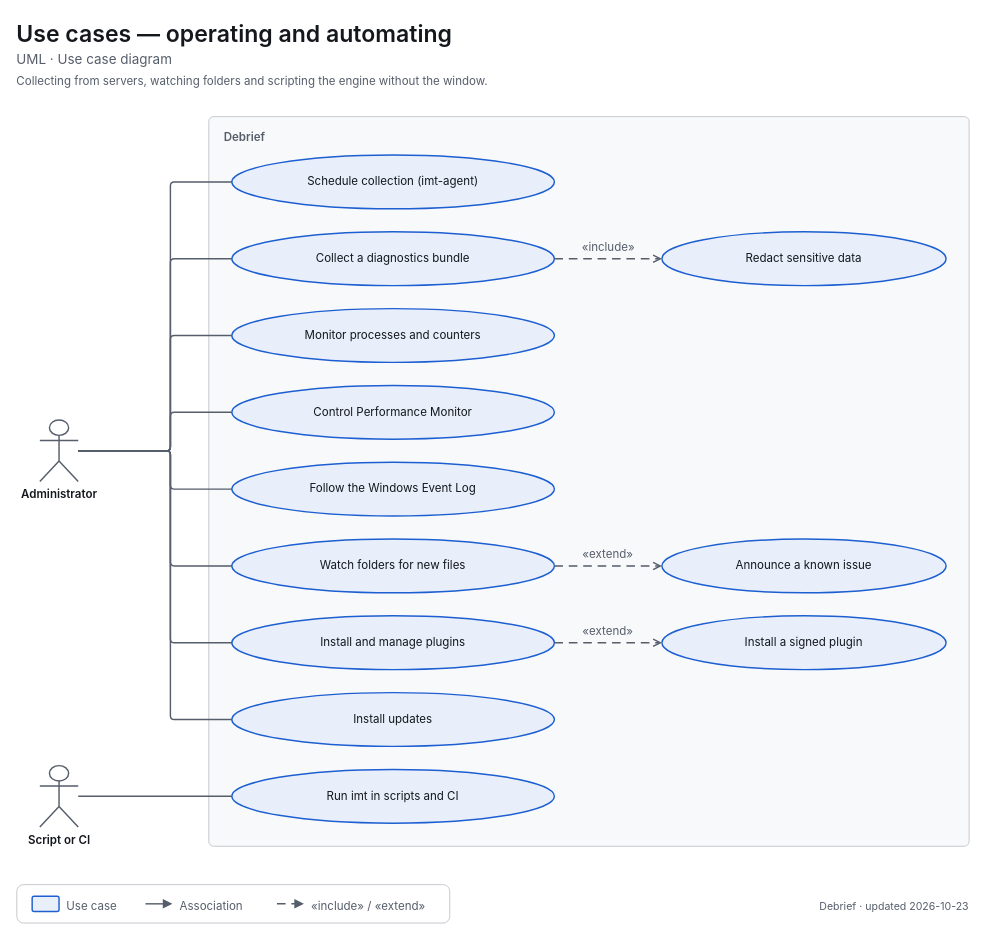
decryp7/integrated_maintenance_tool keeps this draw.io diagram as docs/diagrams/uml-use-cases-operate.drawio. Above is the earlier version. Source tidied: cells renumbered, new cells numbered last; positions are measured from the earlier drawing's top-left corner, leaving out a move shared by most shapes. Both pictures are drawn from the tidied source at 96%, with x=0, y=0 at pixel (16, 16).
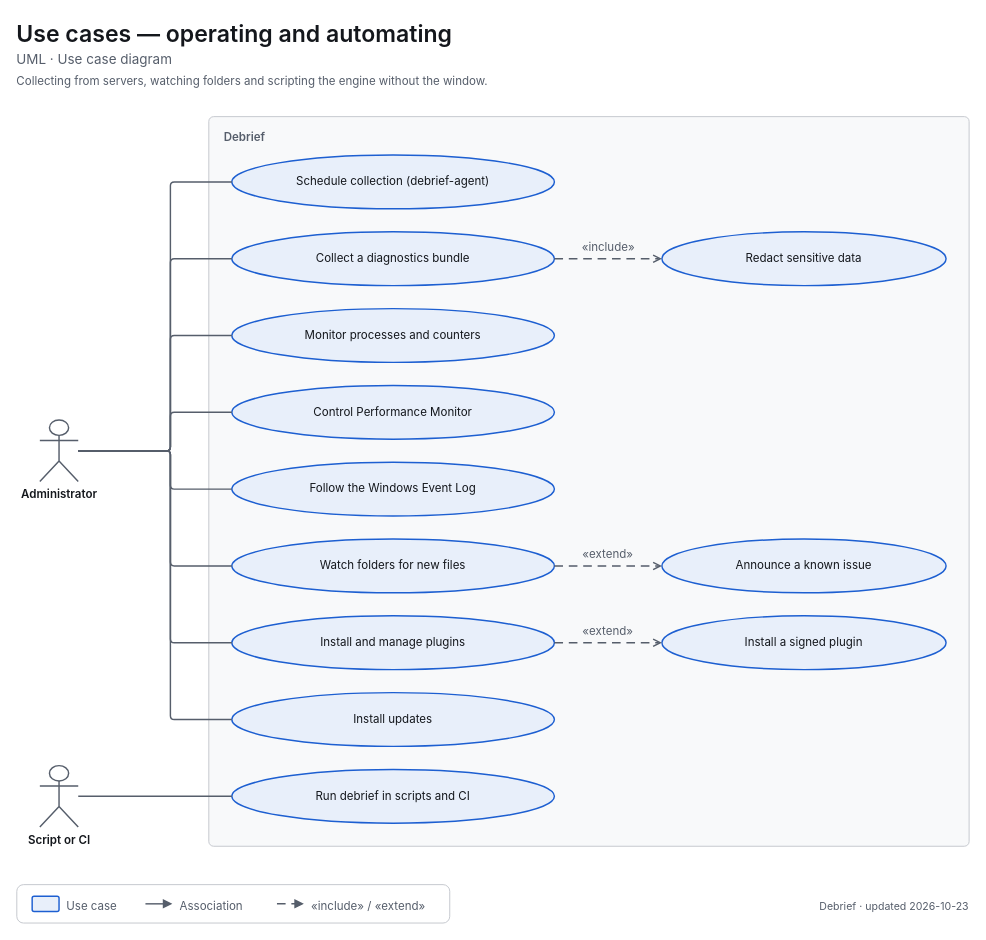
The same page after the edit.

The edit, as a diff of the source:
```diff
@@
-    <mxCell id="6" value="&lt;span style=&quot;font-size:12px&quot;&gt;Schedule collection (imt-agent)&lt;/span&gt;" style="html=1;whiteSpace=wrap;fontFamily=-apple-system,BlinkMacSystemFont,Segoe UI,system-ui,sans-serif;fontSize=12;fontColor=light-dark(#14171C,#ECEEF1);ellipse;strokeWidth=1.5;strokeColor=light-dark(#1D5FD1,#5B9BFF);fillColor=light-dark(#E8EFFA,#202C3F);align=center;verticalAlign=middle;spacingLeft=24;spacingRight=24;" parent="1" vertex="1">
+    <mxCell id="6" value="&lt;span style=&quot;font-size:12px&quot;&gt;Schedule collection (debrief-agent)&lt;/span&gt;" style="html=1;whiteSpace=wrap;fontFamily=-apple-system,BlinkMacSystemFont,Segoe UI,system-ui,sans-serif;fontSize=12;fontColor=light-dark(#14171C,#ECEEF1);ellipse;strokeWidth=1.5;strokeColor=light-dark(#1D5FD1,#5B9BFF);fillColor=light-dark(#E8EFFA,#202C3F);align=center;verticalAlign=middle;spacingLeft=24;spacingRight=24;" parent="1" vertex="1">
       <mxGeometry x="224" y="144" width="336" height="56" as="geometry" />
     </mxCell>
@@
-    <mxCell id="14" value="&lt;span style=&quot;font-size:12px&quot;&gt;Run imt in scripts and CI&lt;/span&gt;" style="html=1;whiteSpace=wrap;fontFamily=-apple-system,BlinkMacSystemFont,Segoe UI,system-ui,sans-serif;fontSize=12;fontColor=light-dark(#14171C,#ECEEF1);ellipse;strokeWidth=1.5;strokeColor=light-dark(#1D5FD1,#5B9BFF);fillColor=light-dark(#E8EFFA,#202C3F);align=center;verticalAlign=middle;spacingLeft=24;spacingRight=24;" parent="1" vertex="1">
+    <mxCell id="14" value="&lt;span style=&quot;font-size:12px&quot;&gt;Run debrief in scripts and CI&lt;/span&gt;" style="html=1;whiteSpace=wrap;fontFamily=-apple-system,BlinkMacSystemFont,Segoe UI,system-ui,sans-serif;fontSize=12;fontColor=light-dark(#14171C,#ECEEF1);ellipse;strokeWidth=1.5;strokeColor=light-dark(#1D5FD1,#5B9BFF);fillColor=light-dark(#E8EFFA,#202C3F);align=center;verticalAlign=middle;spacingLeft=24;spacingRight=24;" parent="1" vertex="1">
       <mxGeometry x="224" y="784" width="336" height="56" as="geometry" />
     </mxCell>
```
